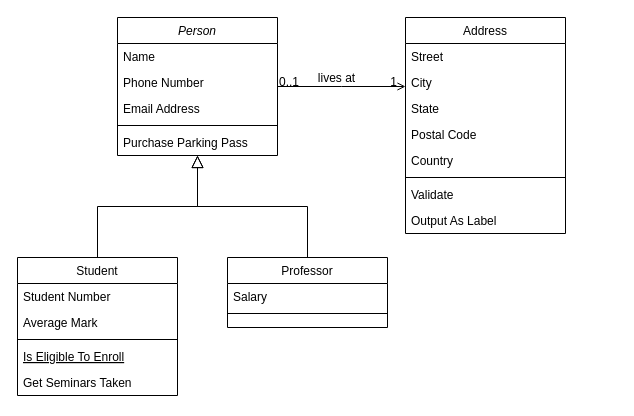
Before: Untitled Diagram.drawio in Thomas-D40/tp-bdd, a draw.io diagram. Source tidied: cells renumbered, new cells numbered last; positions are measured from the earlier drawing's top-left corner, leaving out a move shared by most shapes. Both pictures are drawn from the tidied source at 100%, with x=0, y=0 at pixel (17, 17).
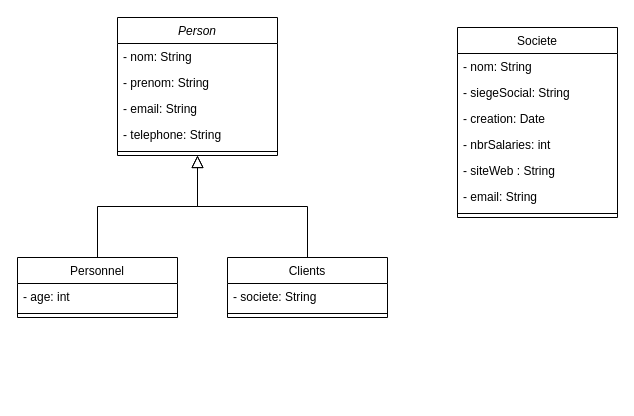
The same diagram, later.

The change refers to these unchanged cells:
```xml
<mxCell id="2" value="Person" style="swimlane;fontStyle=2;align=center;verticalAlign=top;horizontal=1;startSize=26;rounded=0;shadow=0;strokeWidth=1;" parent="1" vertex="1">
  <mxGeometry x="100" width="160" height="138" as="geometry" />
</mxCell>
```

What changed in the source:
```diff
@@
-    <mxCell id="3" value="Name" style="text;align=left;verticalAlign=top;spacingLeft=4;spacingRight=4;overflow=hidden;" parent="2" vertex="1">
+    <mxCell id="3" value="- nom: String" style="text;align=left;verticalAlign=top;spacingLeft=4;spacingRight=4;overflow=hidden;" parent="2" vertex="1">
       <mxGeometry y="26" width="160" height="26" as="geometry" />
     </mxCell>
-    <mxCell id="4" value="Phone Number" style="text;align=left;verticalAlign=top;spacingLeft=4;spacingRight=4;overflow=hidden;rounded=0;shadow=0;html=0;" parent="2" vertex="1">
+    <mxCell id="4" value="- prenom: String&#10;" style="text;align=left;verticalAlign=top;spacingLeft=4;spacingRight=4;overflow=hidden;rounded=0;shadow=0;html=0;" parent="2" vertex="1">
       <mxGeometry y="52" width="160" height="26" as="geometry" />
     </mxCell>
+    <mxCell id="32" value="- email: String" style="text;align=left;verticalAlign=top;spacingLeft=4;spacingRight=4;overflow=hidden;rounded=0;shadow=0;html=0;" parent="2" vertex="1">
+      <mxGeometry y="78" width="160" height="26" as="geometry" />
+    </mxCell>
-    <mxCell id="5" value="Email Address" style="text;align=left;verticalAlign=top;spacingLeft=4;spacingRight=4;overflow=hidden;rounded=0;shadow=0;html=0;" parent="2" vertex="1">
-      <mxGeometry y="78" width="160" height="26" as="geometry" />
+    <mxCell id="5" value="- telephone: String" style="text;align=left;verticalAlign=top;spacingLeft=4;spacingRight=4;overflow=hidden;rounded=0;shadow=0;html=0;" parent="2" vertex="1">
+      <mxGeometry y="104" width="160" height="26" as="geometry" />
     </mxCell>
     <mxCell id="6" style="line;html=1;strokeWidth=1;align=left;verticalAlign=middle;spacingTop=-1;spacingLeft=3;spacingRight=3;labelPosition=right;" parent="2" vertex="1">
-      <mxGeometry y="104" width="160" height="8" as="geometry" />
+      <mxGeometry y="130" width="160" height="8" as="geometry" />
     </mxCell>
-    <mxCell id="7" value="Purchase Parking Pass" style="text;align=left;verticalAlign=top;spacingLeft=4;spacingRight=4;overflow=hidden;" parent="2" vertex="1">
-      <mxGeometry y="112" width="160" height="26" as="geometry" />
-    </mxCell>
-    <mxCell id="8" value="Student" style="swimlane;fontStyle=0;align=center;verticalAlign=top;horizontal=1;startSize=26;rounded=0;shadow=0;strokeWidth=1;" parent="1" vertex="1">
-      <mxGeometry y="240" width="160" height="138" as="geometry" />
+    <mxCell id="8" value="Personnel" style="swimlane;fontStyle=0;align=center;verticalAlign=top;horizontal=1;startSize=26;rounded=0;shadow=0;strokeWidth=1;" parent="1" vertex="1">
+      <mxGeometry y="240" width="160" height="60" as="geometry" />
     </mxCell>
-    <mxCell id="9" value="Student Number" style="text;align=left;verticalAlign=top;spacingLeft=4;spacingRight=4;overflow=hidden;" parent="8" vertex="1">
+    <mxCell id="9" value="- age: int" style="text;align=left;verticalAlign=top;spacingLeft=4;spacingRight=4;overflow=hidden;" parent="8" vertex="1">
       <mxGeometry y="26" width="160" height="26" as="geometry" />
     </mxCell>
-    <mxCell id="10" value="Average Mark" style="text;align=left;verticalAlign=top;spacingLeft=4;spacingRight=4;overflow=hidden;rounded=0;shadow=0;html=0;" parent="8" vertex="1">
-      <mxGeometry y="52" width="160" height="26" as="geometry" />
-    </mxCell>
     <mxCell id="11" style="line;html=1;strokeWidth=1;align=left;verticalAlign=middle;spacingTop=-1;spacingLeft=3;spacingRight=3;labelPosition=right;" parent="8" vertex="1">
-      <mxGeometry y="78" width="160" height="8" as="geometry" />
+      <mxGeometry y="52" width="160" height="8" as="geometry" />
     </mxCell>
-    <mxCell id="12" value="Is Eligible To Enroll" style="text;align=left;verticalAlign=top;spacingLeft=4;spacingRight=4;overflow=hidden;fontStyle=4;" parent="8" vertex="1">
-      <mxGeometry y="86" width="160" height="26" as="geometry" />
-    </mxCell>
-    <mxCell id="13" value="Get Seminars Taken" style="text;align=left;verticalAlign=top;spacingLeft=4;spacingRight=4;overflow=hidden;" parent="8" vertex="1">
-      <mxGeometry y="112" width="160" height="26" as="geometry" />
-    </mxCell>
@@
-    <mxCell id="15" value="Professor" style="swimlane;fontStyle=0;align=center;verticalAlign=top;horizontal=1;startSize=26;rounded=0;shadow=0;strokeWidth=1;" parent="1" vertex="1">
-      <mxGeometry x="210" y="240" width="160" height="70" as="geometry" />
+    <mxCell id="15" value="Clients" style="swimlane;fontStyle=0;align=center;verticalAlign=top;horizontal=1;startSize=26;rounded=0;shadow=0;strokeWidth=1;" parent="1" vertex="1">
+      <mxGeometry x="210" y="240" width="160" height="60" as="geometry" />
     </mxCell>
-    <mxCell id="16" value="Salary" style="text;align=left;verticalAlign=top;spacingLeft=4;spacingRight=4;overflow=hidden;" parent="15" vertex="1">
+    <mxCell id="16" value="- societe: String" style="text;align=left;verticalAlign=top;spacingLeft=4;spacingRight=4;overflow=hidden;" parent="15" vertex="1">
       <mxGeometry y="26" width="160" height="26" as="geometry" />
     </mxCell>
@@
-    <mxCell id="19" value="Address" style="swimlane;fontStyle=0;align=center;verticalAlign=top;horizontal=1;startSize=26;rounded=0;shadow=0;strokeWidth=1;" parent="1" vertex="1">
-      <mxGeometry x="388" width="160" height="216" as="geometry" />
+    <mxCell id="19" value="Societe" style="swimlane;fontStyle=0;align=center;verticalAlign=top;horizontal=1;startSize=26;rounded=0;shadow=0;strokeWidth=1;" parent="1" vertex="1">
+      <mxGeometry x="440" y="10" width="160" height="190" as="geometry" />
     </mxCell>
-    <mxCell id="20" value="Street" style="text;align=left;verticalAlign=top;spacingLeft=4;spacingRight=4;overflow=hidden;" parent="19" vertex="1">
+    <mxCell id="20" value="- nom: String" style="text;align=left;verticalAlign=top;spacingLeft=4;spacingRight=4;overflow=hidden;" parent="19" vertex="1">
       <mxGeometry y="26" width="160" height="26" as="geometry" />
     </mxCell>
-    <mxCell id="21" value="City" style="text;align=left;verticalAlign=top;spacingLeft=4;spacingRight=4;overflow=hidden;rounded=0;shadow=0;html=0;" parent="19" vertex="1">
+    <mxCell id="21" value="- siegeSocial: String" style="text;align=left;verticalAlign=top;spacingLeft=4;spacingRight=4;overflow=hidden;rounded=0;shadow=0;html=0;" parent="19" vertex="1">
       <mxGeometry y="52" width="160" height="26" as="geometry" />
     </mxCell>
-    <mxCell id="22" value="State" style="text;align=left;verticalAlign=top;spacingLeft=4;spacingRight=4;overflow=hidden;rounded=0;shadow=0;html=0;" parent="19" vertex="1">
+    <mxCell id="22" value="- creation: Date" style="text;align=left;verticalAlign=top;spacingLeft=4;spacingRight=4;overflow=hidden;rounded=0;shadow=0;html=0;" parent="19" vertex="1">
       <mxGeometry y="78" width="160" height="26" as="geometry" />
     </mxCell>
-    <mxCell id="23" value="Postal Code" style="text;align=left;verticalAlign=top;spacingLeft=4;spacingRight=4;overflow=hidden;rounded=0;shadow=0;html=0;" parent="19" vertex="1">
+    <mxCell id="23" value="- nbrSalaries: int" style="text;align=left;verticalAlign=top;spacingLeft=4;spacingRight=4;overflow=hidden;rounded=0;shadow=0;html=0;" parent="19" vertex="1">
       <mxGeometry y="104" width="160" height="26" as="geometry" />
     </mxCell>
-    <mxCell id="24" value="Country" style="text;align=left;verticalAlign=top;spacingLeft=4;spacingRight=4;overflow=hidden;rounded=0;shadow=0;html=0;" parent="19" vertex="1">
+    <mxCell id="24" value="- siteWeb : String" style="text;align=left;verticalAlign=top;spacingLeft=4;spacingRight=4;overflow=hidden;rounded=0;shadow=0;html=0;" parent="19" vertex="1">
       <mxGeometry y="130" width="160" height="26" as="geometry" />
     </mxCell>
+    <mxCell id="33" value="- email: String" style="text;align=left;verticalAlign=top;spacingLeft=4;spacingRight=4;overflow=hidden;rounded=0;shadow=0;html=0;" parent="19" vertex="1">
+      <mxGeometry y="156" width="160" height="26" as="geometry" />
+    </mxCell>
     <mxCell id="25" style="line;html=1;strokeWidth=1;align=left;verticalAlign=middle;spacingTop=-1;spacingLeft=3;spacingRight=3;labelPosition=right;" parent="19" vertex="1">
-      <mxGeometry y="156" width="160" height="8" as="geometry" />
+      <mxGeometry y="182" width="160" height="8" as="geometry" />
     </mxCell>
-    <mxCell id="26" value="Validate" style="text;align=left;verticalAlign=top;spacingLeft=4;spacingRight=4;overflow=hidden;" parent="19" vertex="1">
-      <mxGeometry y="164" width="160" height="26" as="geometry" />
-    </mxCell>
-    <mxCell id="27" value="Output As Label" style="text;align=left;verticalAlign=top;spacingLeft=4;spacingRight=4;overflow=hidden;" parent="19" vertex="1">
-      <mxGeometry y="190" width="160" height="26" as="geometry" />
-    </mxCell>
-    <mxCell id="28" style="endArrow=open;shadow=0;strokeWidth=1;rounded=0;endFill=1;edgeStyle=elbowEdgeStyle;elbow=vertical;" parent="1" edge="1" source="2" target="19">
-      <mxGeometry x="0.5" y="41" relative="1" as="geometry">
-        <mxPoint x="-40" y="32" as="offset" />
-      </mxGeometry>
-    </mxCell>
-    <mxCell id="29" value="0..1" style="align=left;verticalAlign=bottom;labelBackgroundColor=none;fontSize=12;" parent="28" vertex="1">
-      <mxGeometry x="-1" relative="1" as="geometry">
-        <mxPoint y="4" as="offset" />
-      </mxGeometry>
-    </mxCell>
-    <mxCell id="30" value="1" style="align=right;verticalAlign=bottom;labelBackgroundColor=none;fontSize=12;" parent="28" vertex="1">
-      <mxGeometry x="1" relative="1" as="geometry">
-        <mxPoint x="-7" y="4" as="offset" />
-      </mxGeometry>
-    </mxCell>
-    <mxCell id="31" value="lives at" style="text;html=1;align=center;verticalAlign=middle;labelBackgroundColor=none;rounded=0;shadow=0;strokeWidth=1;fontSize=12;" parent="28" vertex="1">
-      <mxGeometry x="0.5" y="49" relative="1" as="geometry">
-        <mxPoint x="-38" y="40" as="offset" />
-      </mxGeometry>
-    </mxCell>
```
